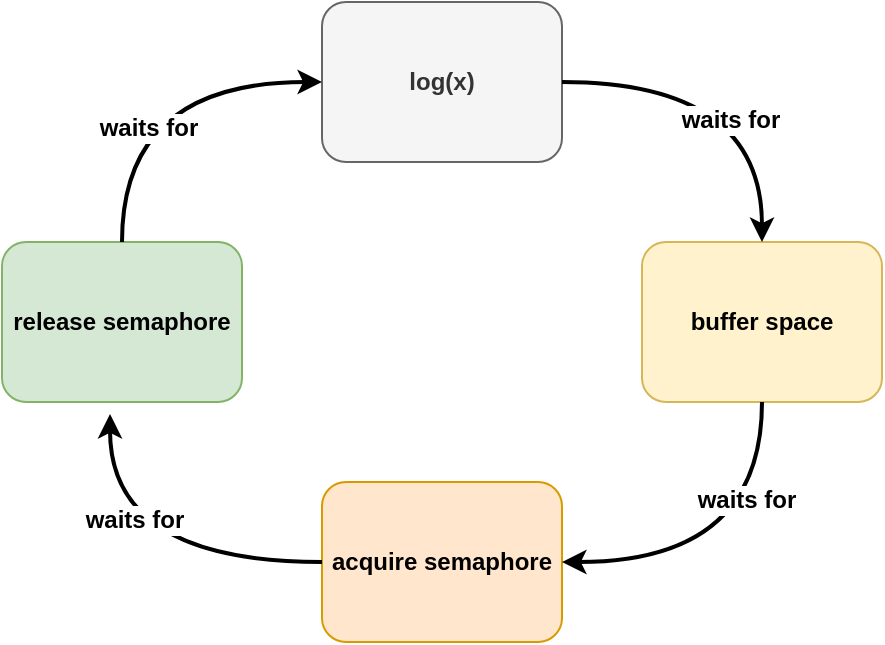
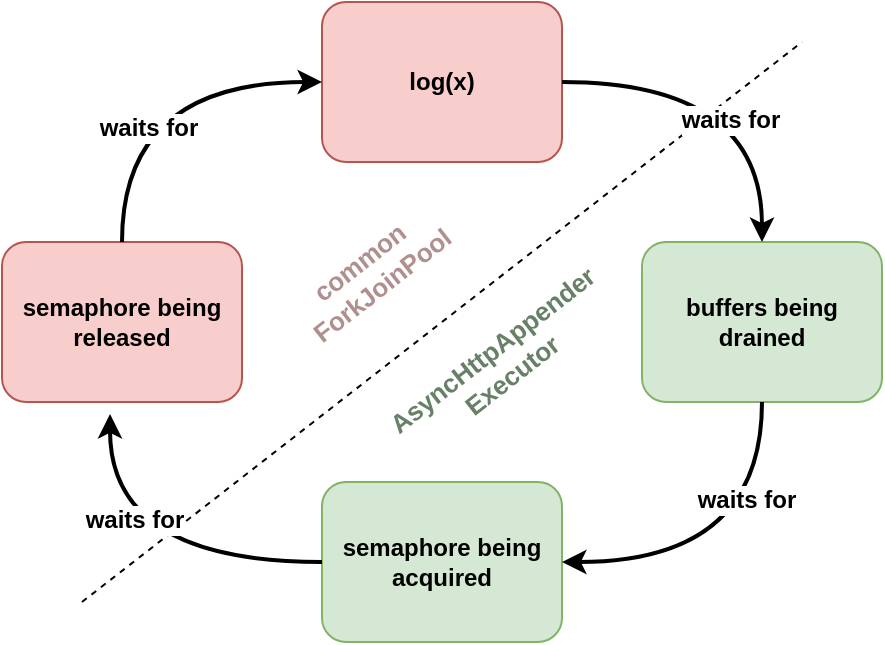
<mxfile host="Electron">
  <diagram name="Page-1" id="qarvGSnAZQ_H9YZb_NgF">
    <mxGraphModel dx="2054" dy="1210" grid="1" gridSize="10" guides="1" tooltips="1" connect="1" arrows="1" fold="1" page="1" pageScale="1" pageWidth="1169" pageHeight="827" math="0" shadow="0">
      <root>
        <mxCell id="0" />
        <mxCell id="1" parent="0" />
-         <mxCell id="LZSlnxRB1ZXocJ2Nk-3h-2" parent="1" style="rounded=1;whiteSpace=wrap;html=1;fillColor=#f5f5f5;fontColor=#333333;strokeColor=#666666;" value="&lt;b&gt;log(x)&lt;/b&gt;" vertex="1">
+         <mxCell id="LZSlnxRB1ZXocJ2Nk-3h-32" edge="1" parent="1" style="endArrow=none;dashed=1;html=1;rounded=0;" value="">
+           <mxGeometry height="50" relative="1" width="50" as="geometry">
+             <mxPoint x="120" y="320" as="sourcePoint" />
+             <mxPoint x="480" y="40" as="targetPoint" />
+           </mxGeometry>
+         </mxCell>
+         <mxCell id="LZSlnxRB1ZXocJ2Nk-3h-2" parent="1" style="rounded=1;whiteSpace=wrap;html=1;fillColor=#f8cecc;strokeColor=#b85450;" value="&lt;b&gt;log(x)&lt;/b&gt;" vertex="1">
          <mxGeometry height="80" width="120" x="240" y="20" as="geometry" />
        </mxCell>
-         <mxCell id="LZSlnxRB1ZXocJ2Nk-3h-3" parent="1" style="rounded=1;whiteSpace=wrap;html=1;fillColor=#fff2cc;strokeColor=#d6b656;" value="&lt;b&gt;buffer space&lt;/b&gt;" vertex="1">
+         <mxCell id="LZSlnxRB1ZXocJ2Nk-3h-3" parent="1" style="rounded=1;whiteSpace=wrap;html=1;fillColor=#d5e8d4;strokeColor=#82b366;" value="&lt;b&gt;buffers being drained&lt;/b&gt;" vertex="1">
          <mxGeometry height="80" width="120" x="400" y="140" as="geometry" />
        </mxCell>
-         <mxCell id="LZSlnxRB1ZXocJ2Nk-3h-4" parent="1" style="rounded=1;whiteSpace=wrap;html=1;fillColor=#ffe6cc;strokeColor=#d79b00;" value="&lt;b&gt;acquire semaphore&lt;/b&gt;" vertex="1">
+         <mxCell id="LZSlnxRB1ZXocJ2Nk-3h-4" parent="1" style="rounded=1;whiteSpace=wrap;html=1;fillColor=#d5e8d4;strokeColor=#82b366;" value="&lt;b&gt;semaphore being acquired&lt;/b&gt;" vertex="1">
          <mxGeometry height="80" width="120" x="240" y="260" as="geometry" />
        </mxCell>
-         <mxCell id="LZSlnxRB1ZXocJ2Nk-3h-5" parent="1" style="rounded=1;whiteSpace=wrap;html=1;fillColor=#d5e8d4;strokeColor=#82b366;" value="&lt;b&gt;release semaphore&lt;/b&gt;" vertex="1">
+         <mxCell id="LZSlnxRB1ZXocJ2Nk-3h-5" parent="1" style="rounded=1;whiteSpace=wrap;html=1;fillColor=#f8cecc;strokeColor=#b85450;" value="&lt;b&gt;semaphore being released&lt;/b&gt;" vertex="1">
          <mxGeometry height="80" width="120" x="80" y="140" as="geometry" />
        </mxCell>
        <mxCell id="LZSlnxRB1ZXocJ2Nk-3h-19" edge="1" parent="1" source="LZSlnxRB1ZXocJ2Nk-3h-2" style="endArrow=classic;html=1;rounded=0;exitX=1;exitY=0.5;exitDx=0;exitDy=0;entryX=0.5;entryY=0;entryDx=0;entryDy=0;strokeWidth=2;edgeStyle=orthogonalEdgeStyle;curved=1;" target="LZSlnxRB1ZXocJ2Nk-3h-3" value="">
          <mxGeometry height="50" relative="1" width="50" as="geometry">
            <mxPoint x="660" y="310" as="sourcePoint" />
            <mxPoint x="710" y="260" as="targetPoint" />
          </mxGeometry>
        </mxCell>
        <mxCell id="LZSlnxRB1ZXocJ2Nk-3h-23" connectable="0" parent="LZSlnxRB1ZXocJ2Nk-3h-19" style="edgeLabel;html=1;align=center;verticalAlign=middle;resizable=0;points=[];" value="&lt;font style=&quot;font-size: 12px;&quot;&gt;&lt;b&gt;waits for&lt;/b&gt;&lt;/font&gt;" vertex="1">
          <mxGeometry relative="1" x="0.32" y="-16" as="geometry">
            <mxPoint as="offset" />
          </mxGeometry>
        </mxCell>
        <mxCell id="LZSlnxRB1ZXocJ2Nk-3h-20" edge="1" parent="1" source="LZSlnxRB1ZXocJ2Nk-3h-3" style="endArrow=classic;html=1;rounded=0;exitX=0.5;exitY=1;exitDx=0;exitDy=0;entryX=1;entryY=0.5;entryDx=0;entryDy=0;strokeWidth=2;edgeStyle=orthogonalEdgeStyle;curved=1;" target="LZSlnxRB1ZXocJ2Nk-3h-4" value="">
          <mxGeometry height="50" relative="1" width="50" as="geometry">
            <mxPoint x="440" y="250" as="sourcePoint" />
            <mxPoint x="540" y="350" as="targetPoint" />
          </mxGeometry>
        </mxCell>
        <mxCell id="LZSlnxRB1ZXocJ2Nk-3h-24" connectable="0" parent="LZSlnxRB1ZXocJ2Nk-3h-20" style="edgeLabel;html=1;align=center;verticalAlign=middle;resizable=0;points=[];" value="&lt;b style=&quot;font-size: 12px;&quot;&gt;waits for&lt;/b&gt;" vertex="1">
          <mxGeometry relative="1" x="-0.46" y="-8" as="geometry">
            <mxPoint as="offset" />
          </mxGeometry>
        </mxCell>
        <mxCell id="LZSlnxRB1ZXocJ2Nk-3h-21" edge="1" parent="1" source="LZSlnxRB1ZXocJ2Nk-3h-4" style="endArrow=classic;html=1;rounded=0;exitX=0;exitY=0.5;exitDx=0;exitDy=0;entryX=0.45;entryY=1.075;entryDx=0;entryDy=0;strokeWidth=2;edgeStyle=orthogonalEdgeStyle;curved=1;entryPerimeter=0;" target="LZSlnxRB1ZXocJ2Nk-3h-5" value="">
          <mxGeometry height="50" relative="1" width="50" as="geometry">
            <mxPoint x="530" y="270" as="sourcePoint" />
            <mxPoint x="430" y="370" as="targetPoint" />
          </mxGeometry>
        </mxCell>
        <mxCell id="LZSlnxRB1ZXocJ2Nk-3h-25" connectable="0" parent="LZSlnxRB1ZXocJ2Nk-3h-21" style="edgeLabel;html=1;align=center;verticalAlign=middle;resizable=0;points=[];" value="&lt;b style=&quot;font-size: 12px;&quot;&gt;waits for&lt;/b&gt;" vertex="1">
          <mxGeometry relative="1" x="0.4089" y="-12" as="geometry">
            <mxPoint as="offset" />
          </mxGeometry>
        </mxCell>
        <mxCell id="LZSlnxRB1ZXocJ2Nk-3h-22" edge="1" parent="1" source="LZSlnxRB1ZXocJ2Nk-3h-5" style="endArrow=classic;html=1;rounded=0;exitX=0.5;exitY=0;exitDx=0;exitDy=0;entryX=0;entryY=0.5;entryDx=0;entryDy=0;strokeWidth=2;edgeStyle=orthogonalEdgeStyle;curved=1;" target="LZSlnxRB1ZXocJ2Nk-3h-2" value="">
          <mxGeometry height="50" relative="1" width="50" as="geometry">
            <mxPoint x="266" y="327" as="sourcePoint" />
            <mxPoint x="160" y="230" as="targetPoint" />
          </mxGeometry>
        </mxCell>
        <mxCell id="LZSlnxRB1ZXocJ2Nk-3h-26" connectable="0" parent="LZSlnxRB1ZXocJ2Nk-3h-22" style="edgeLabel;html=1;align=center;verticalAlign=middle;resizable=0;points=[];" value="&lt;b style=&quot;font-size: 12px;&quot;&gt;waits for&lt;/b&gt;" vertex="1">
          <mxGeometry relative="1" x="-0.36" y="-13" as="geometry">
            <mxPoint as="offset" />
          </mxGeometry>
        </mxCell>
+         <mxCell id="LZSlnxRB1ZXocJ2Nk-3h-33" parent="1" style="text;html=1;whiteSpace=wrap;strokeColor=none;fillColor=none;align=center;verticalAlign=middle;rounded=0;autosize=1;resizable=0;rotation=322;" value="&lt;b&gt;&lt;font style=&quot;color: light-dark(rgb(176, 144, 143), rgb(248, 206, 204)); font-size: 13px;&quot;&gt;common&amp;nbsp;&lt;/font&gt;&lt;/b&gt;&lt;div&gt;&lt;b&gt;&lt;font style=&quot;color: light-dark(rgb(176, 144, 143), rgb(248, 206, 204)); font-size: 13px;&quot;&gt;ForkJoinPool&lt;/font&gt;&lt;/b&gt;&lt;/div&gt;" vertex="1">
+           <mxGeometry height="40" width="110" x="210" y="135" as="geometry" />
+         </mxCell>
+         <mxCell id="LZSlnxRB1ZXocJ2Nk-3h-34" parent="1" style="text;html=1;whiteSpace=wrap;strokeColor=none;fillColor=none;align=center;verticalAlign=middle;rounded=0;autosize=1;resizable=0;rotation=322;" value="&lt;b&gt;&lt;font style=&quot;font-size: 13px; color: light-dark(rgb(103, 128, 103), rgb(77, 94, 77));&quot;&gt;AsyncHttpAppender&lt;/font&gt;&lt;/b&gt;&lt;div&gt;&lt;b&gt;&lt;font style=&quot;font-size: 13px; color: light-dark(rgb(103, 128, 103), rgb(77, 94, 77));&quot;&gt;Executor&lt;/font&gt;&lt;/b&gt;&lt;/div&gt;" vertex="1">
+           <mxGeometry height="40" width="150" x="254.9955135782546" y="180.00154244701204" as="geometry" />
+         </mxCell>
      </root>
    </mxGraphModel>
  </diagram>
</mxfile>
